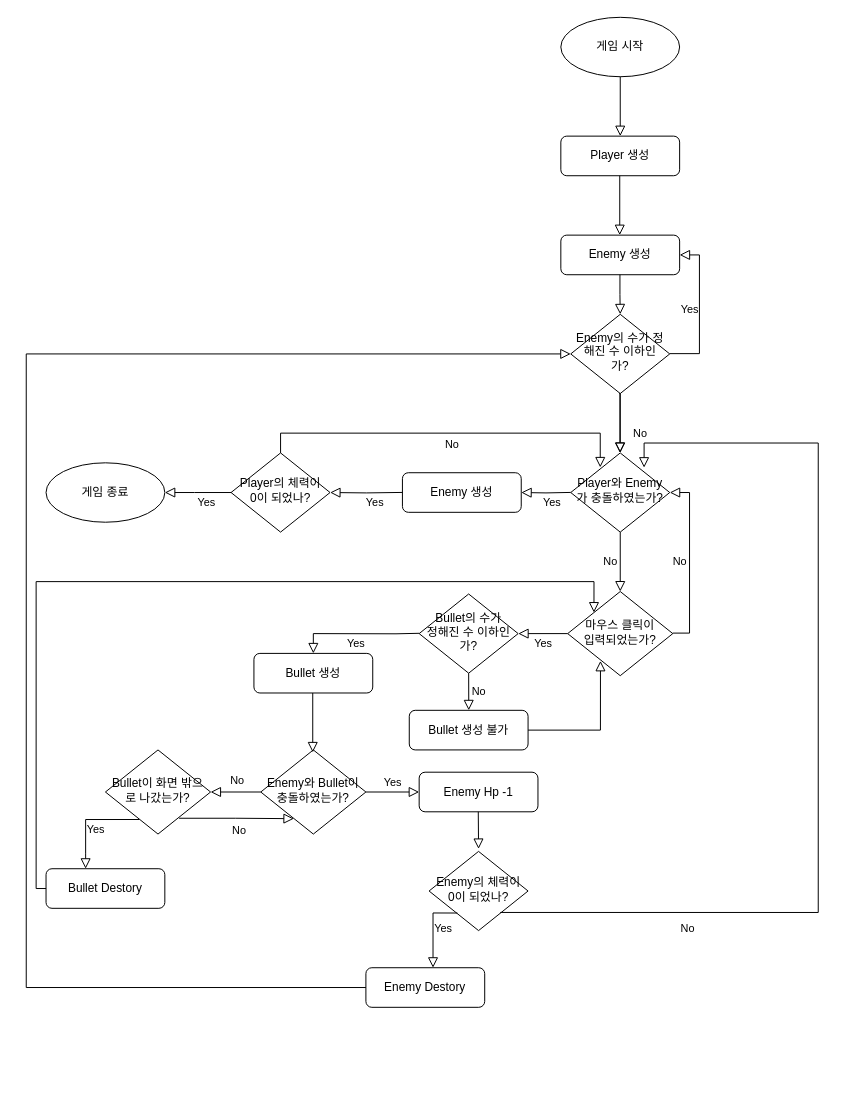
jslee1780/RWStudy keeps this draw.io diagram as 11주차FlowChart.drawio. Above is the earlier version. Source tidied: cells renumbered, new cells numbered last; positions are measured from the earlier drawing's top-left corner, leaving out a move shared by most shapes. Both pictures are drawn from the tidied source at 99%, with x=0, y=0 at pixel (26, 17).
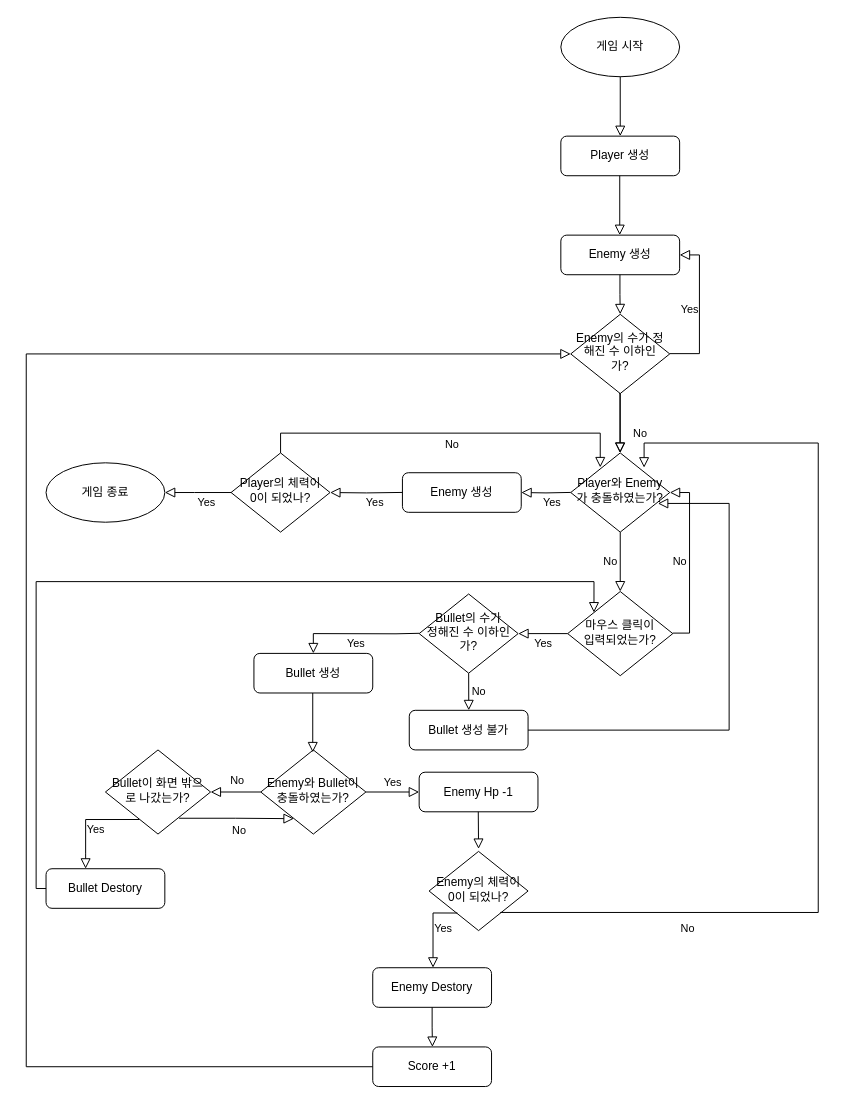
After the change.

The change refers to these unchanged cells:
```xml
<mxCell id="5" value="Player와 Enemy가 충돌하였는가?" style="rhombus;whiteSpace=wrap;html=1;shadow=0;fontFamily=Helvetica;fontSize=12;align=center;strokeWidth=1;spacing=6;spacingTop=-4;" parent="1" vertex="1">
  <mxGeometry x="550" y="440" width="100" height="80" as="geometry" />
</mxCell>
<mxCell id="13" value="Enemy의 수가 정해진 수 이하인가?" style="rhombus;whiteSpace=wrap;html=1;shadow=0;fontFamily=Helvetica;fontSize=12;align=center;strokeWidth=1;spacing=6;spacingTop=-4;" parent="1" vertex="1">
  <mxGeometry x="550" y="300" width="100" height="80" as="geometry" />
</mxCell>
<mxCell id="17" value="마우스 클릭이 &lt;br&gt;입력되었는가?" style="rhombus;whiteSpace=wrap;html=1;shadow=0;fontFamily=Helvetica;fontSize=12;align=center;strokeWidth=1;spacing=6;spacingTop=-4;" parent="1" vertex="1">
  <mxGeometry x="546.9" y="580" width="106.2" height="85" as="geometry" />
</mxCell>
<mxCell id="40" value="Bullet 생성 불가" style="rounded=1;whiteSpace=wrap;html=1;fontSize=12;glass=0;strokeWidth=1;shadow=0;" parent="1" vertex="1">
  <mxGeometry x="386.9" y="700" width="120" height="40" as="geometry" />
</mxCell>
```

Diff of the diagram source:
```diff
@@
     <mxCell id="29" value="Enemy Destory" style="rounded=1;whiteSpace=wrap;html=1;fontSize=12;glass=0;strokeWidth=1;shadow=0;" parent="1" vertex="1">
-      <mxGeometry x="343.1" y="960" width="120" height="40" as="geometry" />
+      <mxGeometry x="350" y="960" width="120" height="40" as="geometry" />
     </mxCell>
@@
-    <mxCell id="41" style="rounded=0;html=1;jettySize=auto;fontSize=11;endArrow=block;endFill=0;endSize=8;strokeWidth=1;shadow=0;labelBackgroundColor=none;edgeStyle=orthogonalEdgeStyle;exitX=1;exitY=0.5;exitDx=0;exitDy=0;entryX=0.312;entryY=0.824;entryDx=0;entryDy=0;entryPerimeter=0;" parent="1" edge="1" source="40" target="17">
-      <mxGeometry relative="1" as="geometry" />
+    <mxCell id="41" style="rounded=0;html=1;jettySize=auto;fontSize=11;endArrow=block;endFill=0;endSize=8;strokeWidth=1;shadow=0;labelBackgroundColor=none;edgeStyle=orthogonalEdgeStyle;exitX=1;exitY=0.5;exitDx=0;exitDy=0;entryX=0.88;entryY=0.638;entryDx=0;entryDy=0;entryPerimeter=0;" parent="1" edge="1" source="40" target="5">
+      <mxGeometry relative="1" as="geometry">
+        <Array as="points">
+          <mxPoint x="710" y="720" />
+          <mxPoint x="710" y="491" />
+        </Array>
+      </mxGeometry>
     </mxCell>
@@
-    <mxCell id="49" style="rounded=0;html=1;jettySize=auto;fontSize=11;endArrow=block;endFill=0;endSize=8;strokeWidth=1;shadow=0;labelBackgroundColor=none;edgeStyle=orthogonalEdgeStyle;exitX=0;exitY=0.5;exitDx=0;exitDy=0;entryX=0;entryY=0.5;entryDx=0;entryDy=0;" parent="1" edge="1" source="29" target="13">
-      <mxGeometry relative="1" as="geometry">
-        <Array as="points">
-          <mxPoint y="980" />
-          <mxPoint y="340" />
-        </Array>
-      </mxGeometry>
-    </mxCell>
+    <mxCell id="50" style="rounded=0;html=1;jettySize=auto;orthogonalLoop=1;fontSize=11;endArrow=block;endFill=0;endSize=8;strokeWidth=1;shadow=0;labelBackgroundColor=none;edgeStyle=orthogonalEdgeStyle;" parent="1" edge="1">
+      <mxGeometry relative="1" as="geometry">
+        <mxPoint x="410" y="1000" as="sourcePoint" />
+        <mxPoint x="410.3" y="1040" as="targetPoint" />
+        <Array as="points">
+          <mxPoint x="410.3" y="1020" />
+          <mxPoint x="410.3" y="1020" />
+        </Array>
+      </mxGeometry>
+    </mxCell>
+    <mxCell id="51" value="Score +1" style="rounded=1;whiteSpace=wrap;html=1;fontSize=12;glass=0;strokeWidth=1;shadow=0;" parent="1" vertex="1">
+      <mxGeometry x="350" y="1040" width="120" height="40" as="geometry" />
+    </mxCell>
+    <mxCell id="52" style="rounded=0;html=1;jettySize=auto;fontSize=11;endArrow=block;endFill=0;endSize=8;strokeWidth=1;shadow=0;labelBackgroundColor=none;edgeStyle=orthogonalEdgeStyle;exitX=0;exitY=0.5;exitDx=0;exitDy=0;entryX=0;entryY=0.5;entryDx=0;entryDy=0;" parent="1" edge="1" source="51" target="13">
+      <mxGeometry relative="1" as="geometry">
+        <Array as="points">
+          <mxPoint y="1060" />
+          <mxPoint y="340" />
+        </Array>
+      </mxGeometry>
+    </mxCell>
```
